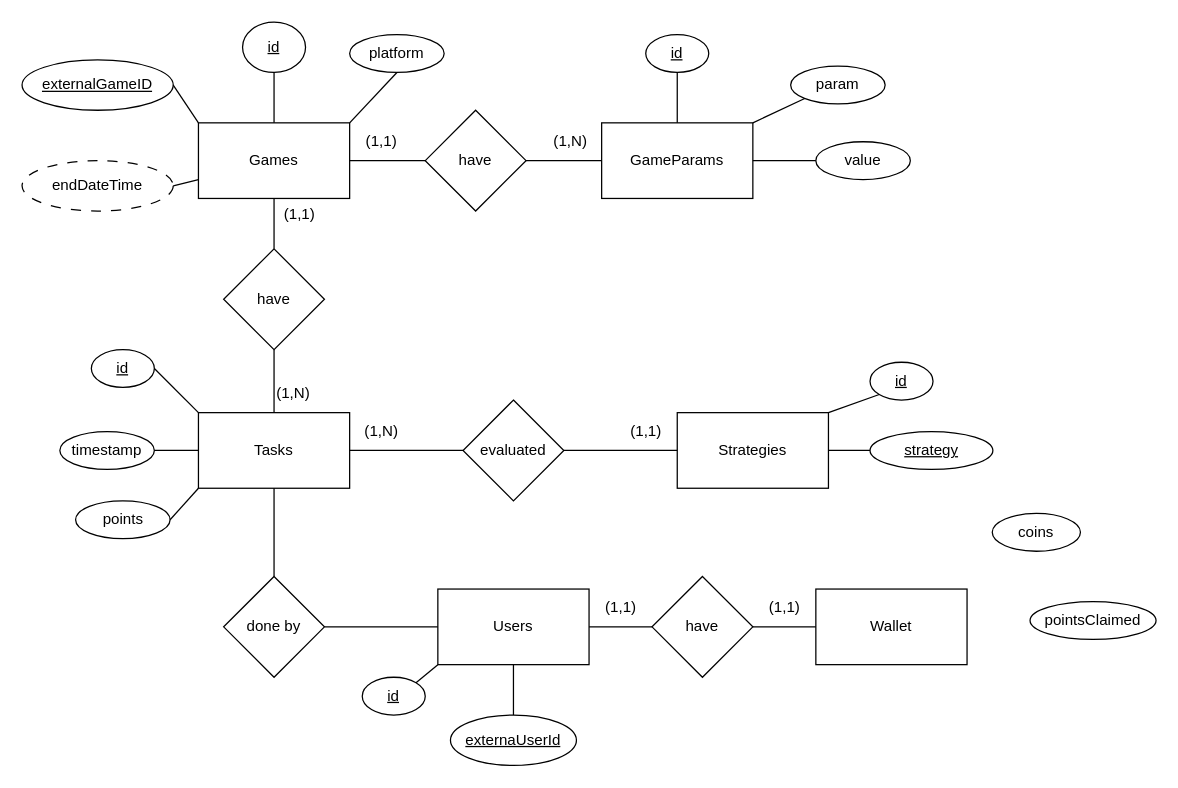
Before: Untitled Diagram.drawio in fvergaracl/GAME, a draw.io diagram. Source tidied: cells renumbered, new cells numbered last; positions are measured from the earlier drawing's top-left corner, leaving out a move shared by most shapes. Both pictures are drawn from the tidied source at 126%, with x=0, y=0 at pixel (21, 21).
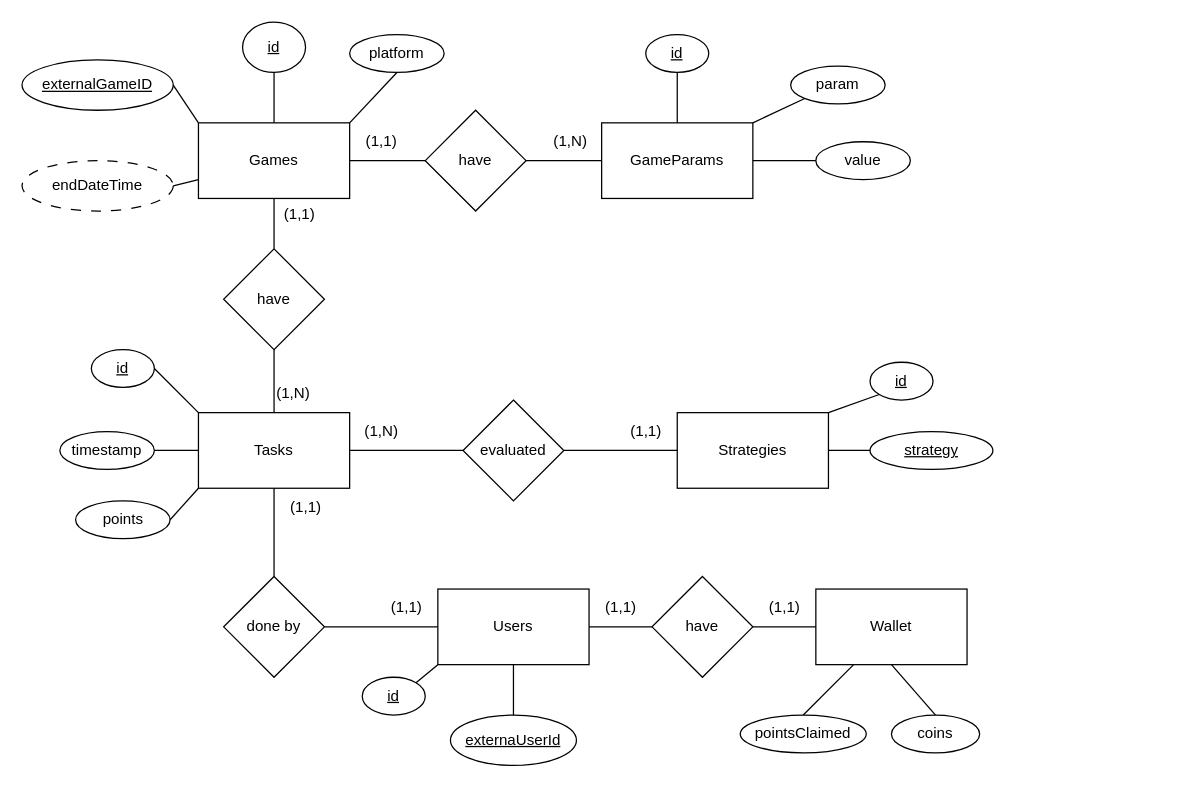
The same page after the edit.

The change refers to these unchanged cells:
```xml
<mxCell id="47" value="Wallet" style="rounded=0;whiteSpace=wrap;html=1;" parent="1" vertex="1">
  <mxGeometry x="630" y="450" width="120" height="60" as="geometry" />
</mxCell>
```

The edit, as a diff of the source:
```diff
@@
     <mxCell id="59" value="coins" style="ellipse;whiteSpace=wrap;html=1;" parent="1" vertex="1">
-      <mxGeometry x="770" y="390" width="70" height="30" as="geometry" />
+      <mxGeometry x="690" y="550" width="70" height="30" as="geometry" />
     </mxCell>
     <mxCell id="60" value="pointsClaimed" style="ellipse;whiteSpace=wrap;html=1;" parent="1" vertex="1">
-      <mxGeometry x="800" y="460" width="100" height="30" as="geometry" />
+      <mxGeometry x="570" y="550" width="100" height="30" as="geometry" />
     </mxCell>
+    <mxCell id="61" value="(1,1)" style="text;html=1;align=center;verticalAlign=middle;strokeColor=none;fillColor=none;" parent="1" vertex="1">
+      <mxGeometry x="280" y="450" width="50" height="30" as="geometry" />
+    </mxCell>
+    <mxCell id="62" value="(1,1)" style="text;html=1;align=center;verticalAlign=middle;strokeColor=none;fillColor=none;" parent="1" vertex="1">
+      <mxGeometry x="200" y="370" width="50" height="30" as="geometry" />
+    </mxCell>
+    <mxCell id="63" style="endArrow=none;html=1;rounded=0;exitX=0.5;exitY=0;exitDx=0;exitDy=0;entryX=0.5;entryY=1;entryDx=0;entryDy=0;" parent="1" edge="1" source="59" target="47">
+      <mxGeometry relative="1" as="geometry" />
+    </mxCell>
+    <mxCell id="64" style="endArrow=none;html=1;rounded=0;exitX=0.5;exitY=0;exitDx=0;exitDy=0;entryX=0.25;entryY=1;entryDx=0;entryDy=0;" parent="1" edge="1" source="60" target="47">
+      <mxGeometry relative="1" as="geometry" />
+    </mxCell>
```
